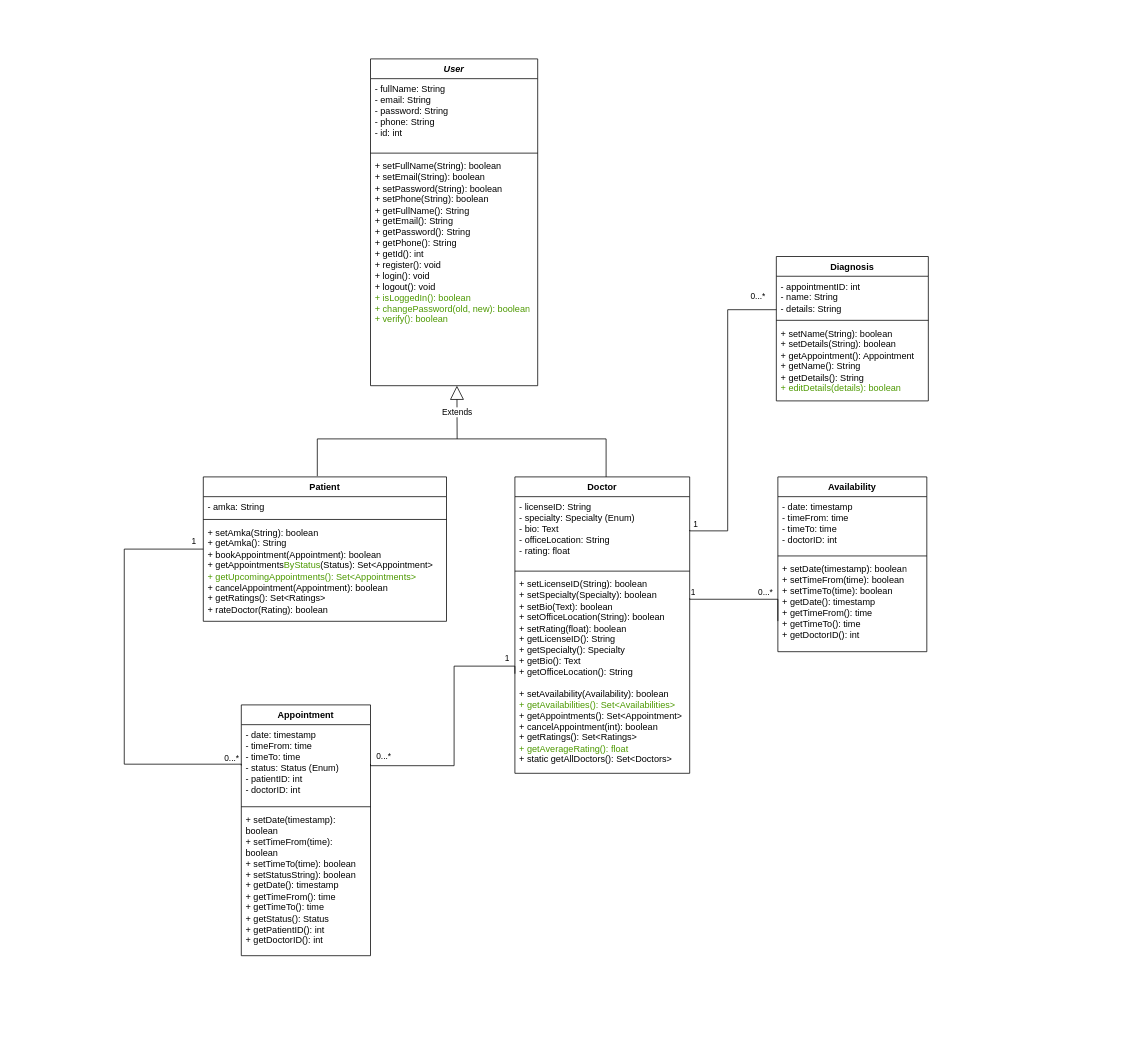
This is diagrams/Class_Diagram2.drawio from dimitry-lzs/seBackend, a draw.io file, before an edit. Source tidied: cells renumbered, new cells numbered last; positions are measured from the earlier drawing's top-left corner, leaving out a move shared by most shapes. Both pictures are drawn from the tidied source at 76%, with x=0, y=0 at pixel (124, 59).
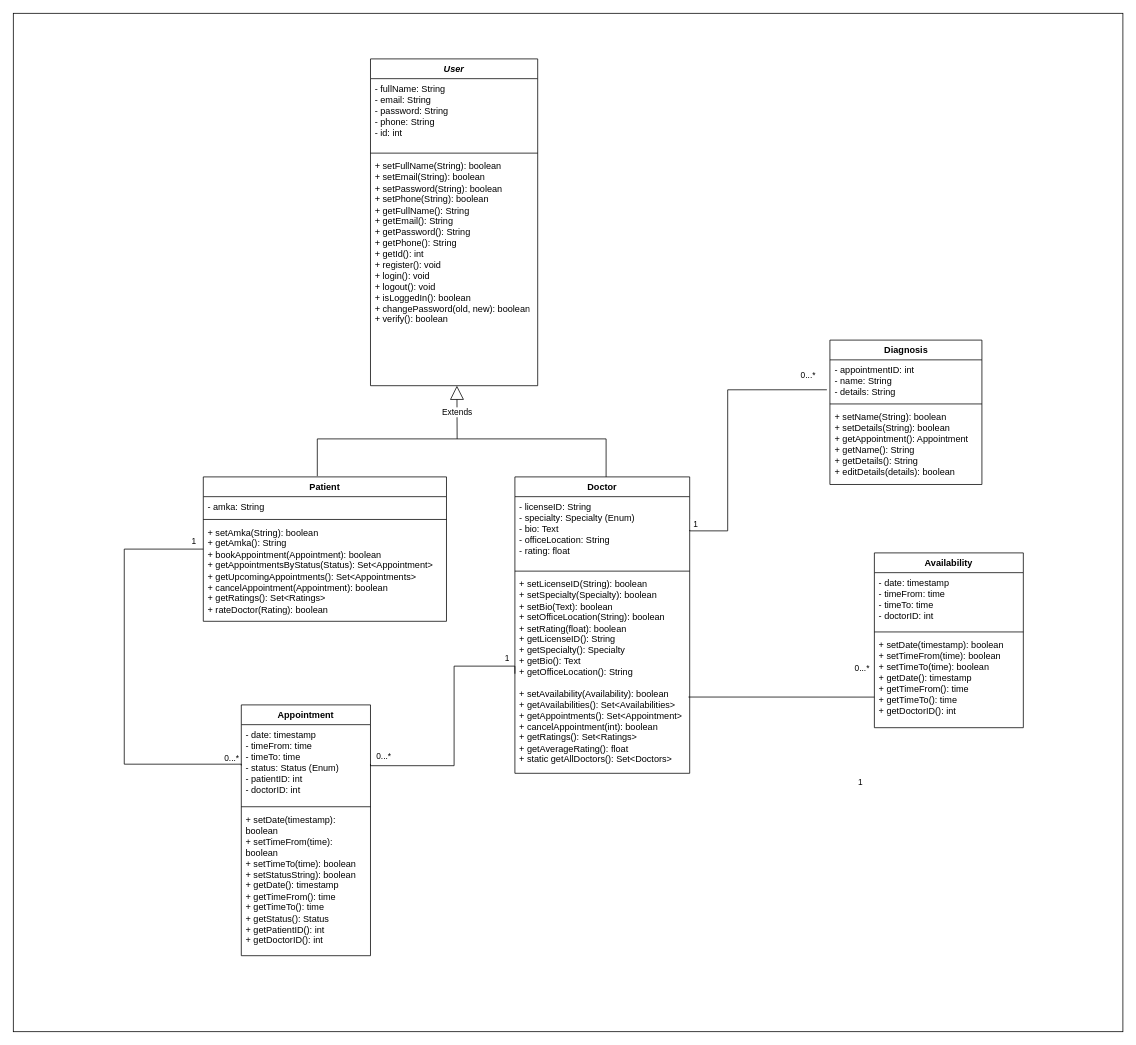
The same diagram, later.

Commit message (it also covers changes not shown here):
update class diagrams

The change refers to these unchanged cells:
```xml
<mxCell id="2" value="&lt;i&gt;User&lt;/i&gt;" style="swimlane;fontStyle=1;align=center;verticalAlign=top;horizontal=1;startSize=26;whiteSpace=wrap;html=1;" parent="1" vertex="1">
  <mxGeometry x="324" width="220" height="430" as="geometry" />
</mxCell>
<mxCell id="6" value="Doctor" style="swimlane;fontStyle=1;align=center;verticalAlign=top;horizontal=1;startSize=26;whiteSpace=wrap;html=1;" parent="1" vertex="1">
  <mxGeometry x="514" y="550" width="230" height="390" as="geometry" />
</mxCell>
<mxCell id="10" value="Patient" style="swimlane;fontStyle=1;align=center;verticalAlign=top;horizontal=1;startSize=26;whiteSpace=wrap;html=1;" parent="1" vertex="1">
  <mxGeometry x="104" y="550" width="320" height="190" as="geometry" />
</mxCell>
<mxCell id="21" value="&lt;div&gt;+ setDate(timestamp): boolean&lt;/div&gt;&lt;div&gt;+ setTimeFrom(time): boolean&lt;/div&gt;&lt;div&gt;+ setTimeTo(time): boolean&lt;/div&gt;&lt;div&gt;+ getDate(): timestamp&lt;/div&gt;&lt;div&gt;+ getTimeFrom(): time&lt;/div&gt;&lt;div&gt;&lt;div&gt;+ getTimeTo(): time&lt;/div&gt;&lt;div&gt;+ getDoctorID(): int&lt;/div&gt;&lt;/div&gt;" style="text;strokeColor=none;fillColor=none;align=left;verticalAlign=top;spacingLeft=4;spacingRight=4;overflow=hidden;points=[[0,0.5],[1,0.5]];portConstraint=eastwest;whiteSpace=wrap;html=1;" parent="18" vertex="1">
  <mxGeometry y="108" width="196" height="122" as="geometry" />
</mxCell>
<mxCell id="23" value="- appointmentID: int&lt;div&gt;- name: String&lt;/div&gt;&lt;div&gt;- details: String&lt;/div&gt;" style="text;strokeColor=none;fillColor=none;align=left;verticalAlign=top;spacingLeft=4;spacingRight=4;overflow=hidden;points=[[0,0.5],[1,0.5]];portConstraint=eastwest;whiteSpace=wrap;html=1;" parent="22" vertex="1">
  <mxGeometry y="26" width="200" height="54" as="geometry" />
</mxCell>
```

Change to the diagram source:
```diff
@@
+    <mxCell id="43" style="rounded=0;whiteSpace=wrap;html=1;" parent="1" vertex="1">
+      <mxGeometry x="-146" y="-60" width="1460" height="1340" as="geometry" />
+    </mxCell>
@@
-    <mxCell id="5" value="&lt;div&gt;+ setFullName(String): boolean&lt;/div&gt;&lt;div&gt;&lt;div&gt;+ setEmail(String): boolean&lt;/div&gt;&lt;/div&gt;&lt;div&gt;&lt;div&gt;+ setPassword(String): boolean&lt;/div&gt;&lt;/div&gt;&lt;div&gt;&lt;div&gt;+ setPhone(String): boolean&lt;/div&gt;&lt;/div&gt;&lt;div&gt;&lt;div&gt;+ getFullName(): String&lt;/div&gt;&lt;div&gt;+ getEmail(): String&lt;/div&gt;&lt;div&gt;+ getPassword(): String&lt;/div&gt;&lt;div&gt;+ getPhone(): String&lt;/div&gt;&lt;/div&gt;&lt;div&gt;+ getId(): int&lt;/div&gt;+ register(): void&lt;div&gt;+ login(): void&lt;div&gt;+ logout(): void&lt;/div&gt;&lt;div&gt;&lt;font style=&quot;color: rgb(77, 153, 0);&quot;&gt;+ isLoggedIn(): boolean&lt;/font&gt;&lt;/div&gt;&lt;div&gt;&lt;font style=&quot;color: rgb(77, 153, 0);&quot;&gt;+ changePassword(old, new): boolean&lt;/font&gt;&lt;/div&gt;&lt;div&gt;&lt;font color=&quot;#4d9900&quot;&gt;+ verify(): boolean&lt;br&gt;&lt;/font&gt;&lt;div&gt;&lt;br&gt;&lt;/div&gt;&lt;/div&gt;&lt;/div&gt;" style="text;strokeColor=none;fillColor=none;align=left;verticalAlign=top;spacingLeft=4;spacingRight=4;overflow=hidden;whiteSpace=wrap;html=1;" parent="2" vertex="1">
+    <mxCell id="5" value="&lt;div&gt;&lt;font style=&quot;color: rgb(0, 0, 0);&quot;&gt;+ setFullName(String): boolean&lt;/font&gt;&lt;/div&gt;&lt;div&gt;&lt;div&gt;&lt;font style=&quot;color: rgb(0, 0, 0);&quot;&gt;+ setEmail(String): boolean&lt;/font&gt;&lt;/div&gt;&lt;/div&gt;&lt;div&gt;&lt;div&gt;&lt;font style=&quot;color: rgb(0, 0, 0);&quot;&gt;+ setPassword(String): boolean&lt;/font&gt;&lt;/div&gt;&lt;/div&gt;&lt;div&gt;&lt;div&gt;&lt;font style=&quot;color: rgb(0, 0, 0);&quot;&gt;+ setPhone(String): boolean&lt;/font&gt;&lt;/div&gt;&lt;/div&gt;&lt;div&gt;&lt;div&gt;&lt;font style=&quot;color: rgb(0, 0, 0);&quot;&gt;+ getFullName(): String&lt;/font&gt;&lt;/div&gt;&lt;div&gt;&lt;font style=&quot;color: rgb(0, 0, 0);&quot;&gt;+ getEmail(): String&lt;/font&gt;&lt;/div&gt;&lt;div&gt;&lt;font style=&quot;color: rgb(0, 0, 0);&quot;&gt;+ getPassword(): String&lt;/font&gt;&lt;/div&gt;&lt;div&gt;&lt;font style=&quot;color: rgb(0, 0, 0);&quot;&gt;+ getPhone(): String&lt;/font&gt;&lt;/div&gt;&lt;/div&gt;&lt;div&gt;&lt;font style=&quot;color: rgb(0, 0, 0);&quot;&gt;+ getId(): int&lt;/font&gt;&lt;/div&gt;&lt;font style=&quot;color: rgb(0, 0, 0);&quot;&gt;+ register(): void&lt;/font&gt;&lt;div&gt;&lt;font style=&quot;color: rgb(0, 0, 0);&quot;&gt;+ login(): void&lt;/font&gt;&lt;div&gt;&lt;font style=&quot;color: rgb(0, 0, 0);&quot;&gt;+ logout(): void&lt;/font&gt;&lt;/div&gt;&lt;div&gt;&lt;font style=&quot;color: rgb(0, 0, 0);&quot;&gt;+ isLoggedIn(): boolean&lt;/font&gt;&lt;/div&gt;&lt;div&gt;&lt;font style=&quot;color: rgb(0, 0, 0);&quot;&gt;+ changePassword(old, new): boolean&lt;/font&gt;&lt;/div&gt;&lt;div&gt;&lt;font style=&quot;color: rgb(0, 0, 0);&quot;&gt;+ verify(): boolean&lt;br&gt;&lt;/font&gt;&lt;div&gt;&lt;br&gt;&lt;/div&gt;&lt;/div&gt;&lt;/div&gt;" style="text;strokeColor=none;fillColor=none;align=left;verticalAlign=top;spacingLeft=4;spacingRight=4;overflow=hidden;whiteSpace=wrap;html=1;" parent="2" vertex="1">
       <mxGeometry y="128" width="220" height="302" as="geometry" />
     </mxCell>
@@
-    <mxCell id="9" value="&lt;div&gt;&lt;div&gt;+ setLicenseID(String): boolean&lt;/div&gt;&lt;div&gt;+ setSpecialty(Specialty): boolean&lt;/div&gt;&lt;div&gt;+ setBio(Text):&amp;nbsp;&lt;span style=&quot;background-color: transparent; color: light-dark(rgb(0, 0, 0), rgb(255, 255, 255));&quot;&gt;boolean&lt;/span&gt;&lt;/div&gt;&lt;div&gt;+ setOfficeLocation(String):&amp;nbsp;&lt;span style=&quot;background-color: transparent; color: light-dark(rgb(0, 0, 0), rgb(255, 255, 255));&quot;&gt;boolean&lt;/span&gt;&lt;/div&gt;&lt;div&gt;+ setRating(float):&amp;nbsp;&lt;span style=&quot;background-color: transparent; color: light-dark(rgb(0, 0, 0), rgb(255, 255, 255));&quot;&gt;boolean&lt;/span&gt;&lt;/div&gt;&lt;div&gt;&lt;div&gt;+ getLicenseID(): String&lt;/div&gt;&lt;div&gt;+ getSpecialty(): Specialty&lt;/div&gt;&lt;div&gt;+ getBio(): Text&lt;/div&gt;&lt;div&gt;+ getOfficeLocation(): String&lt;/div&gt;&lt;/div&gt;&lt;/div&gt;&lt;div&gt;&lt;br&gt;&lt;/div&gt;+ setAvailability(Availability): boolean&lt;div&gt;&lt;font style=&quot;color: rgb(77, 153, 0);&quot;&gt;+ getAvailabilities(): Set&amp;lt;Availabilities&amp;gt;&lt;/font&gt;&lt;br&gt;&lt;div&gt;&lt;span style=&quot;background-color: transparent; color: light-dark(rgb(0, 0, 0), rgb(255, 255, 255));&quot;&gt;+ getAppointments(): Set&amp;lt;Appointment&amp;gt;&lt;/span&gt;&lt;div&gt;&lt;div&gt;+ cancelAppointment(int): boolean&lt;/div&gt;&lt;div&gt;+ getRatings(): Set&amp;lt;Ratings&amp;gt;&lt;/div&gt;&lt;/div&gt;&lt;/div&gt;&lt;div&gt;&lt;font style=&quot;color: rgb(77, 153, 0);&quot;&gt;+ getAverageRating(): float&lt;/font&gt;&lt;/div&gt;&lt;div&gt;+ static getAll&lt;span style=&quot;background-color: transparent; color: light-dark(rgb(0, 0, 0), rgb(255, 255, 255));&quot;&gt;Doctors(): Set&amp;lt;Doctors&amp;gt;&lt;/span&gt;&lt;/div&gt;&lt;/div&gt;" style="text;strokeColor=none;fillColor=none;align=left;verticalAlign=top;spacingLeft=4;spacingRight=4;overflow=hidden;points=[[0,0.5],[1,0.5]];portConstraint=eastwest;whiteSpace=wrap;html=1;" parent="6" vertex="1">
+    <mxCell id="9" value="&lt;div&gt;&lt;div&gt;&lt;font style=&quot;color: rgb(0, 0, 0);&quot;&gt;+ setLicenseID(String): boolean&lt;/font&gt;&lt;/div&gt;&lt;div&gt;&lt;font style=&quot;color: rgb(0, 0, 0);&quot;&gt;+ setSpecialty(Specialty): boolean&lt;/font&gt;&lt;/div&gt;&lt;div&gt;&lt;font style=&quot;color: rgb(0, 0, 0);&quot;&gt;+ setBio(Text):&amp;nbsp;&lt;span style=&quot;background-color: transparent;&quot;&gt;boolean&lt;/span&gt;&lt;/font&gt;&lt;/div&gt;&lt;div&gt;&lt;font style=&quot;color: rgb(0, 0, 0);&quot;&gt;+ setOfficeLocation(String):&amp;nbsp;&lt;span style=&quot;background-color: transparent;&quot;&gt;boolean&lt;/span&gt;&lt;/font&gt;&lt;/div&gt;&lt;div&gt;&lt;font style=&quot;color: rgb(0, 0, 0);&quot;&gt;+ setRating(float):&amp;nbsp;&lt;span style=&quot;background-color: transparent;&quot;&gt;boolean&lt;/span&gt;&lt;/font&gt;&lt;/div&gt;&lt;div&gt;&lt;div&gt;&lt;font style=&quot;color: rgb(0, 0, 0);&quot;&gt;+ getLicenseID(): String&lt;/font&gt;&lt;/div&gt;&lt;div&gt;&lt;font style=&quot;color: rgb(0, 0, 0);&quot;&gt;+ getSpecialty(): Specialty&lt;/font&gt;&lt;/div&gt;&lt;div&gt;&lt;font style=&quot;color: rgb(0, 0, 0);&quot;&gt;+ getBio(): Text&lt;/font&gt;&lt;/div&gt;&lt;div&gt;&lt;font style=&quot;color: rgb(0, 0, 0);&quot;&gt;+ getOfficeLocation(): String&lt;/font&gt;&lt;/div&gt;&lt;/div&gt;&lt;/div&gt;&lt;div&gt;&lt;font style=&quot;color: rgb(0, 0, 0);&quot;&gt;&lt;br&gt;&lt;/font&gt;&lt;/div&gt;&lt;font style=&quot;color: rgb(0, 0, 0);&quot;&gt;+ setAvailability(Availability): boolean&lt;/font&gt;&lt;div&gt;&lt;font style=&quot;color: rgb(0, 0, 0);&quot;&gt;&lt;font&gt;+ getAvailabilities(): Set&amp;lt;Availabilities&amp;gt;&lt;/font&gt;&lt;br&gt;&lt;/font&gt;&lt;div&gt;&lt;span style=&quot;background-color: transparent;&quot;&gt;&lt;font style=&quot;color: rgb(0, 0, 0);&quot;&gt;+ getAppointments(): Set&amp;lt;Appointment&amp;gt;&lt;/font&gt;&lt;/span&gt;&lt;div&gt;&lt;div&gt;&lt;font style=&quot;color: rgb(0, 0, 0);&quot;&gt;+ cancelAppointment(int): boolean&lt;/font&gt;&lt;/div&gt;&lt;div&gt;&lt;font style=&quot;color: rgb(0, 0, 0);&quot;&gt;+ getRatings(): Set&amp;lt;Ratings&amp;gt;&lt;/font&gt;&lt;/div&gt;&lt;/div&gt;&lt;/div&gt;&lt;div&gt;&lt;font style=&quot;color: rgb(0, 0, 0);&quot;&gt;+ getAverageRating(): float&lt;/font&gt;&lt;/div&gt;&lt;div&gt;&lt;font style=&quot;color: rgb(0, 0, 0);&quot;&gt;+ static getAll&lt;span style=&quot;background-color: transparent;&quot;&gt;Doctors(): Set&amp;lt;Doctors&amp;gt;&lt;/span&gt;&lt;/font&gt;&lt;/div&gt;&lt;/div&gt;" style="text;strokeColor=none;fillColor=none;align=left;verticalAlign=top;spacingLeft=4;spacingRight=4;overflow=hidden;points=[[0,0.5],[1,0.5]];portConstraint=eastwest;whiteSpace=wrap;html=1;" parent="6" vertex="1">
       <mxGeometry y="128" width="230" height="262" as="geometry" />
     </mxCell>
@@
-    <mxCell id="13" value="&lt;div&gt;&lt;div&gt;&lt;span style=&quot;background-color: transparent; color: light-dark(rgb(0, 0, 0), rgb(255, 255, 255));&quot;&gt;+ setAmka(String): boolean&lt;/span&gt;&lt;/div&gt;&lt;div&gt;&lt;div&gt;+ getAmka(): String&lt;/div&gt;&lt;/div&gt;&lt;/div&gt;&lt;div&gt;+ bookAppointment(Appointment): boolean&lt;/div&gt;&lt;div&gt;+ getAppointments&lt;font style=&quot;color: rgb(77, 153, 0);&quot;&gt;ByStatus&lt;/font&gt;(Status): Set&amp;lt;Appointment&amp;gt;&lt;/div&gt;&lt;div&gt;&lt;font style=&quot;color: rgb(77, 153, 0);&quot;&gt;+ getUpcomingAppointments(): Set&amp;lt;Appointments&amp;gt;&lt;/font&gt;&lt;/div&gt;&lt;div&gt;&lt;div&gt;+ cancelAppointment(Appointment): boolean&lt;/div&gt;&lt;/div&gt;&lt;div&gt;&lt;span style=&quot;background-color: transparent; color: light-dark(rgb(0, 0, 0), rgb(255, 255, 255));&quot;&gt;+ getRatings(): Set&amp;lt;Ratings&amp;gt;&amp;nbsp;&lt;/span&gt;&lt;/div&gt;&lt;div&gt;+ rateDoctor(Rating): boolean&lt;/div&gt;" style="text;strokeColor=none;fillColor=none;align=left;verticalAlign=top;spacingLeft=4;spacingRight=4;overflow=hidden;whiteSpace=wrap;html=1;" parent="10" vertex="1">
+    <mxCell id="13" value="&lt;div&gt;&lt;div&gt;&lt;span style=&quot;background-color: transparent;&quot;&gt;&lt;font style=&quot;color: rgb(0, 0, 0);&quot;&gt;+ setAmka(String): boolean&lt;/font&gt;&lt;/span&gt;&lt;/div&gt;&lt;div&gt;&lt;div&gt;&lt;font style=&quot;color: rgb(0, 0, 0);&quot;&gt;+ getAmka(): String&lt;/font&gt;&lt;/div&gt;&lt;/div&gt;&lt;/div&gt;&lt;div&gt;&lt;font style=&quot;color: rgb(0, 0, 0);&quot;&gt;+ bookAppointment(Appointment): boolean&lt;/font&gt;&lt;/div&gt;&lt;div&gt;&lt;font style=&quot;color: rgb(0, 0, 0);&quot;&gt;+ getAppointments&lt;font&gt;ByStatus&lt;/font&gt;(Status): Set&amp;lt;Appointment&amp;gt;&lt;/font&gt;&lt;/div&gt;&lt;div&gt;&lt;font style=&quot;color: rgb(0, 0, 0);&quot;&gt;+ getUpcomingAppointments(): Set&amp;lt;Appointments&amp;gt;&lt;/font&gt;&lt;/div&gt;&lt;div&gt;&lt;div&gt;&lt;font style=&quot;color: rgb(0, 0, 0);&quot;&gt;+ cancelAppointment(Appointment): boolean&lt;/font&gt;&lt;/div&gt;&lt;/div&gt;&lt;div&gt;&lt;span style=&quot;background-color: transparent;&quot;&gt;&lt;font style=&quot;color: rgb(0, 0, 0);&quot;&gt;+ getRatings(): Set&amp;lt;Ratings&amp;gt;&amp;nbsp;&lt;/font&gt;&lt;/span&gt;&lt;/div&gt;&lt;div&gt;&lt;font style=&quot;color: rgb(0, 0, 0);&quot;&gt;+ rateDoctor(Rating): boolean&lt;/font&gt;&lt;/div&gt;" style="text;strokeColor=none;fillColor=none;align=left;verticalAlign=top;spacingLeft=4;spacingRight=4;overflow=hidden;whiteSpace=wrap;html=1;" parent="10" vertex="1">
       <mxGeometry y="60" width="320" height="130" as="geometry" />
     </mxCell>
@@
     <mxCell id="18" value="Availability" style="swimlane;fontStyle=1;align=center;verticalAlign=top;horizontal=1;startSize=26;whiteSpace=wrap;html=1;" parent="1" vertex="1">
-      <mxGeometry x="860" y="550" width="196" height="230" as="geometry" />
+      <mxGeometry x="987" y="650" width="196" height="230" as="geometry" />
     </mxCell>
@@
     <mxCell id="22" value="Diagnosis" style="swimlane;fontStyle=1;align=center;verticalAlign=top;horizontal=1;startSize=26;whiteSpace=wrap;html=1;" parent="1" vertex="1">
-      <mxGeometry x="858" y="260" width="200" height="190" as="geometry" />
+      <mxGeometry x="928.5" y="370" width="200" height="190" as="geometry" />
     </mxCell>
@@
-    <mxCell id="25" value="&lt;div&gt;&lt;span style=&quot;background-color: transparent; color: light-dark(rgb(0, 0, 0), rgb(255, 255, 255));&quot;&gt;+ setName(String): boolean&lt;/span&gt;&lt;/div&gt;&lt;div&gt;+ setDetails(String): boolean&lt;/div&gt;&lt;div&gt;&lt;div&gt;+ getAppointment(): Appointment&lt;/div&gt;&lt;div&gt;+ getName(): String&lt;/div&gt;&lt;div&gt;+ getDetails(): String&lt;/div&gt;&lt;/div&gt;&lt;div&gt;&lt;font style=&quot;color: rgb(77, 153, 0);&quot;&gt;+ editDetails(details): boolean&lt;/font&gt;&lt;/div&gt;" style="text;strokeColor=none;fillColor=none;align=left;verticalAlign=top;spacingLeft=4;spacingRight=4;overflow=hidden;whiteSpace=wrap;html=1;" parent="22" vertex="1">
+    <mxCell id="25" value="&lt;div&gt;&lt;span style=&quot;background-color: transparent;&quot;&gt;&lt;font style=&quot;color: rgb(0, 0, 0);&quot;&gt;+ setName(String): boolean&lt;/font&gt;&lt;/span&gt;&lt;/div&gt;&lt;div&gt;&lt;font style=&quot;color: rgb(0, 0, 0);&quot;&gt;+ setDetails(String): boolean&lt;/font&gt;&lt;/div&gt;&lt;div&gt;&lt;div&gt;&lt;font style=&quot;color: rgb(0, 0, 0);&quot;&gt;+ getAppointment(): Appointment&lt;/font&gt;&lt;/div&gt;&lt;div&gt;&lt;font style=&quot;color: rgb(0, 0, 0);&quot;&gt;+ getName(): String&lt;/font&gt;&lt;/div&gt;&lt;div&gt;&lt;font style=&quot;color: rgb(0, 0, 0);&quot;&gt;+ getDetails(): String&lt;/font&gt;&lt;/div&gt;&lt;/div&gt;&lt;div&gt;&lt;font style=&quot;color: rgb(0, 0, 0);&quot;&gt;+ editDetails(details): boolean&lt;/font&gt;&lt;/div&gt;" style="text;strokeColor=none;fillColor=none;align=left;verticalAlign=top;spacingLeft=4;spacingRight=4;overflow=hidden;whiteSpace=wrap;html=1;" parent="22" vertex="1">
       <mxGeometry y="88" width="200" height="102" as="geometry" />
     </mxCell>
@@
-    <mxCell id="36" style="endArrow=none;html=1;edgeStyle=orthogonalEdgeStyle;rounded=0;" parent="1" edge="1" target="23">
+    <mxCell id="36" style="endArrow=none;html=1;edgeStyle=orthogonalEdgeStyle;rounded=0;entryX=-0.02;entryY=0.729;entryDx=0;entryDy=0;entryPerimeter=0;" parent="1" edge="1" target="23">
       <mxGeometry relative="1" as="geometry">
         <mxPoint x="744" y="620" as="sourcePoint" />
         <Array as="points">
-          <mxPoint x="744" y="621" />
           <mxPoint x="794" y="621" />
-          <mxPoint x="794" y="330" />
+          <mxPoint x="794" y="435" />
         </Array>
       </mxGeometry>
     </mxCell>
@@
-    <mxCell id="39" style="endArrow=none;html=1;edgeStyle=orthogonalEdgeStyle;rounded=0;entryX=0;entryY=0.67;entryDx=0;entryDy=0;entryPerimeter=0;" parent="1" edge="1" target="21">
-      <mxGeometry relative="1" as="geometry">
-        <mxPoint x="744" y="710" as="sourcePoint" />
-        <Array as="points">
-          <mxPoint x="801" y="711" />
-          <mxPoint x="858" y="711" />
-        </Array>
-      </mxGeometry>
+    <mxCell id="39" style="endArrow=none;html=1;edgeStyle=orthogonalEdgeStyle;rounded=0;entryX=0;entryY=0.67;entryDx=0;entryDy=0;entryPerimeter=0;exitX=0.993;exitY=0.617;exitDx=0;exitDy=0;exitPerimeter=0;" parent="1" edge="1" source="9" target="21">
+      <mxGeometry relative="1" as="geometry" />
     </mxCell>
     <mxCell id="40" value="1" style="edgeLabel;html=1;align=left;verticalAlign=bottom;" parent="39" vertex="1">
-      <mxGeometry x="-1" relative="1" as="geometry" />
+      <mxGeometry x="-1" relative="1" as="geometry">
+        <mxPoint x="222" y="120" as="offset" />
+      </mxGeometry>
     </mxCell>
```
